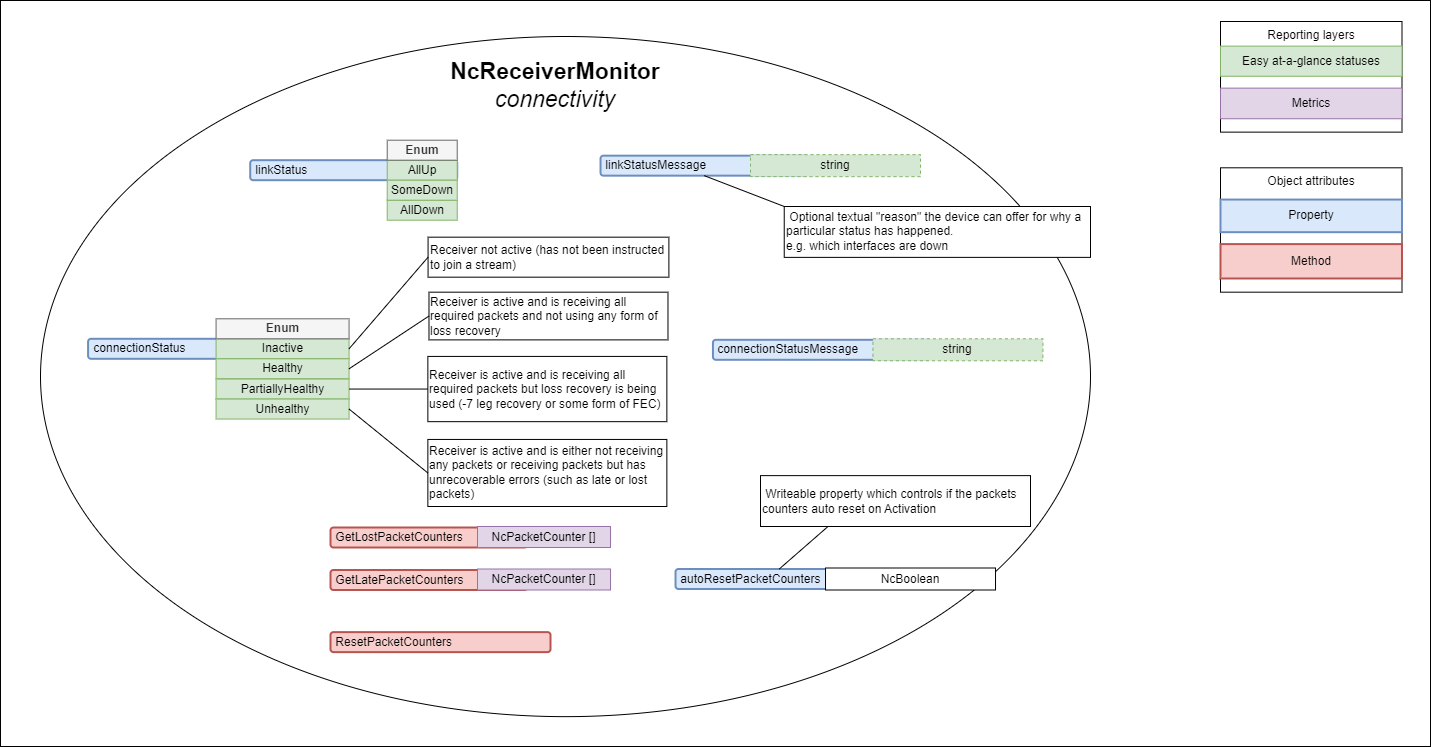
Earlier version of the draw.io export docs/images/receiver-model-connectivity.png (AMWA-TV/bcp-008-01). Source tidied: cells renumbered, new cells last; positions are measured from the earlier drawing's top-left corner, leaving out a move shared by most shapes.
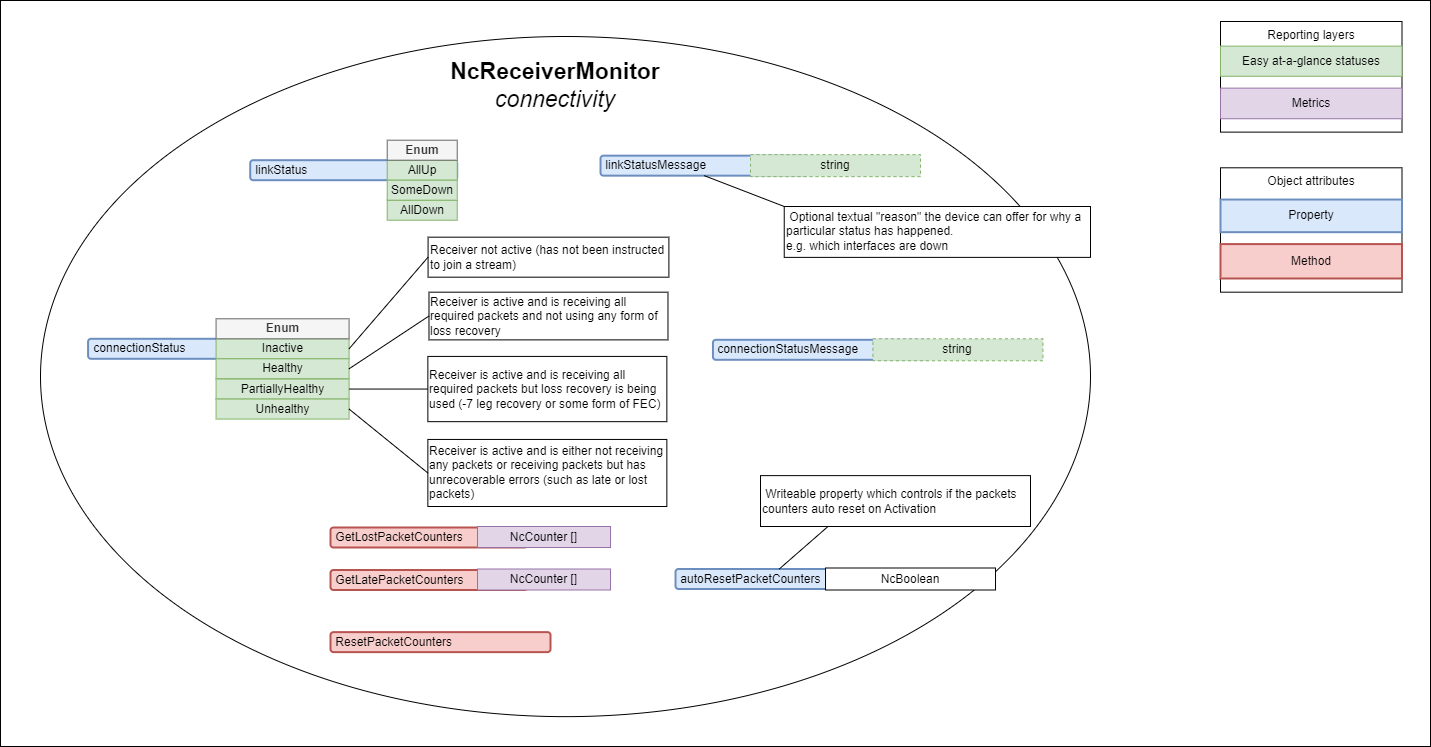
The same file after the commit.

What changed in the source:
```diff
@@ -107,13 +107,13 @@
     <mxCell id="36" value="&amp;nbsp;GetLostPacketCounters" style="rounded=1;whiteSpace=wrap;html=1;align=left;fillColor=#f8cecc;strokeColor=#b85450;strokeWidth=2;" parent="1" vertex="1">
       <mxGeometry x="330" y="527" width="197" height="20" as="geometry" />
     </mxCell>
-    <mxCell id="37" value="NcPacketCounter []" style="rounded=0;whiteSpace=wrap;html=1;fillColor=#e1d5e7;strokeColor=#9673a6;" parent="1" vertex="1">
+    <mxCell id="37" value="NcCounter []" style="rounded=0;whiteSpace=wrap;html=1;fillColor=#e1d5e7;strokeColor=#9673a6;" parent="1" vertex="1">
       <mxGeometry x="477" y="526" width="133" height="21" as="geometry" />
     </mxCell>
     <mxCell id="38" value="&amp;nbsp;GetLatePacketCounters" style="rounded=1;whiteSpace=wrap;html=1;align=left;fillColor=#f8cecc;strokeColor=#b85450;strokeWidth=2;" parent="1" vertex="1">
       <mxGeometry x="330" y="569.5" width="197" height="20" as="geometry" />
     </mxCell>
-    <mxCell id="39" value="NcPacketCounter []" style="rounded=0;whiteSpace=wrap;html=1;fillColor=#e1d5e7;strokeColor=#9673a6;" parent="1" vertex="1">
+    <mxCell id="39" value="NcCounter []" style="rounded=0;whiteSpace=wrap;html=1;fillColor=#e1d5e7;strokeColor=#9673a6;" parent="1" vertex="1">
       <mxGeometry x="477" y="568.5" width="133" height="21" as="geometry" />
     </mxCell>
     <mxCell id="40" value="&amp;nbsp;ResetPacketCounters" style="rounded=1;whiteSpace=wrap;html=1;align=left;fillColor=#f8cecc;strokeColor=#b85450;strokeWidth=2;" parent="1" vertex="1">
```
